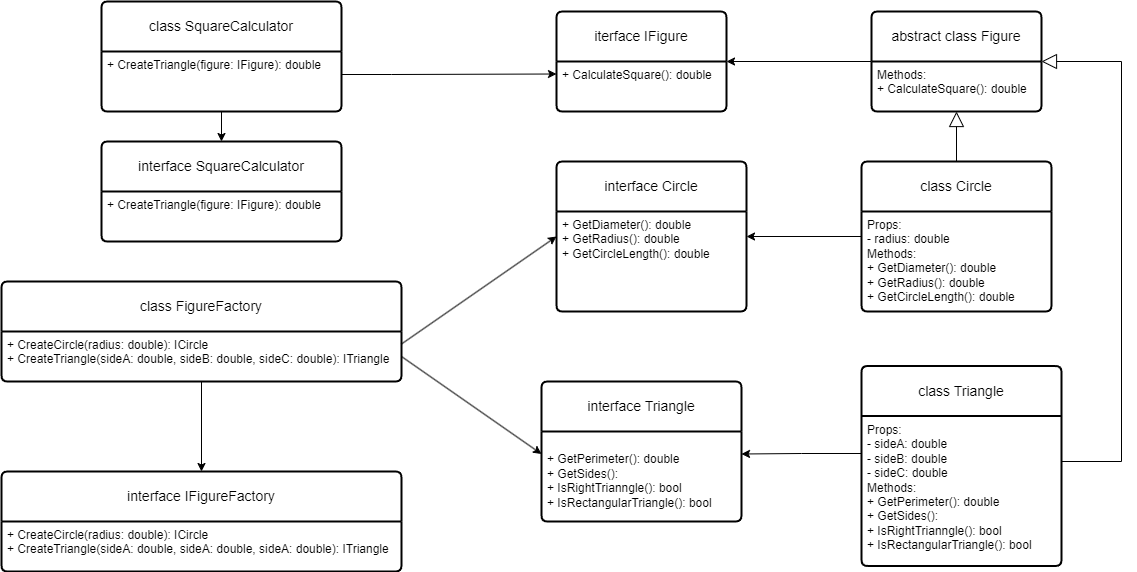
SeleznyovDV/FigureSquare keeps this draw.io diagram as Task 1/diagrams/FigureSquare.ClassDiagram.png. Above is the earlier version. Source tidied: cells renumbered, new cells last; positions are measured from the earlier drawing's top-left corner, leaving out a move shared by most shapes.
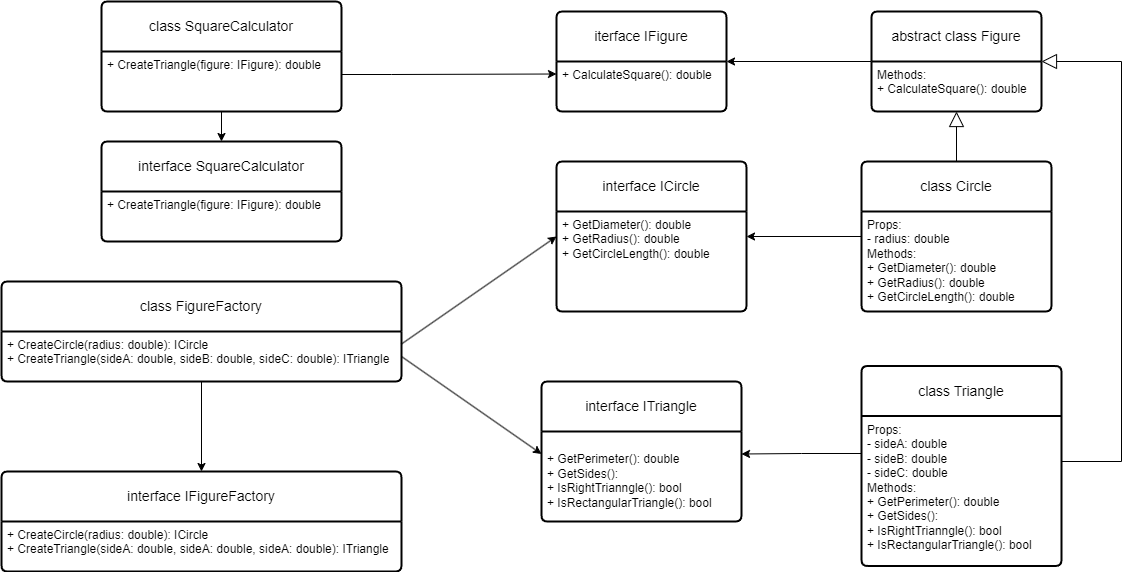
Above is the later version.

Commit message:
fix: Fix interface on diagram.

Diff of the diagram source:
```diff
@@ -36,13 +36,13 @@
     <mxCell id="10" value="Props:&lt;br&gt;- radius: double&lt;br&gt;Methods:&lt;br&gt;+ GetDiameter(): double&lt;br&gt;+ GetRadius(): double&lt;br&gt;+ GetCircleLength(): double" style="align=left;strokeColor=none;fillColor=none;spacingLeft=4;fontSize=12;verticalAlign=top;html=1;" parent="9" vertex="1">
       <mxGeometry y="50" width="190" height="100" as="geometry" />
     </mxCell>
-    <mxCell id="11" value="interface Circle" style="swimlane;horizontal=1;startSize=50;rounded=1;fontSize=14;fontStyle=0;strokeWidth=2;shadow=0;dashed=0;align=center;arcSize=4;whiteSpace=wrap;html=1;" parent="1" vertex="1">
+    <mxCell id="11" value="interface ICircle" style="swimlane;horizontal=1;startSize=50;rounded=1;fontSize=14;fontStyle=0;strokeWidth=2;shadow=0;dashed=0;align=center;arcSize=4;whiteSpace=wrap;html=1;" parent="1" vertex="1">
       <mxGeometry x="555" y="160" width="190" height="150" as="geometry" />
     </mxCell>
     <mxCell id="12" value="+ GetDiameter(): double&lt;br&gt;+ GetRadius(): double&lt;br&gt;+ GetCircleLength(): double" style="align=left;strokeColor=none;fillColor=none;spacingLeft=4;fontSize=12;verticalAlign=top;html=1;" parent="11" vertex="1">
       <mxGeometry y="50" width="190" height="100" as="geometry" />
     </mxCell>
-    <mxCell id="13" value="interface Triangle" style="swimlane;horizontal=1;startSize=50;rounded=1;fontSize=14;fontStyle=0;strokeWidth=2;shadow=0;dashed=0;align=center;arcSize=4;whiteSpace=wrap;html=1;" parent="1" vertex="1">
+    <mxCell id="13" value="interface ITriangle" style="swimlane;horizontal=1;startSize=50;rounded=1;fontSize=14;fontStyle=0;strokeWidth=2;shadow=0;dashed=0;align=center;arcSize=4;whiteSpace=wrap;html=1;" parent="1" vertex="1">
       <mxGeometry x="540" y="380" width="200" height="140" as="geometry" />
     </mxCell>
     <mxCell id="14" value="&lt;div&gt;&lt;br&gt;+ GetPerimeter(): double&lt;br&gt;+ GetSides():&amp;nbsp;&lt;br&gt;+ IsRightTrianngle(): bool&lt;br&gt;+ IsRectangularTriangle(): bool&lt;/div&gt;" style="align=left;strokeColor=none;fillColor=none;spacingLeft=4;fontSize=12;verticalAlign=top;html=1;" parent="13" vertex="1">
```
